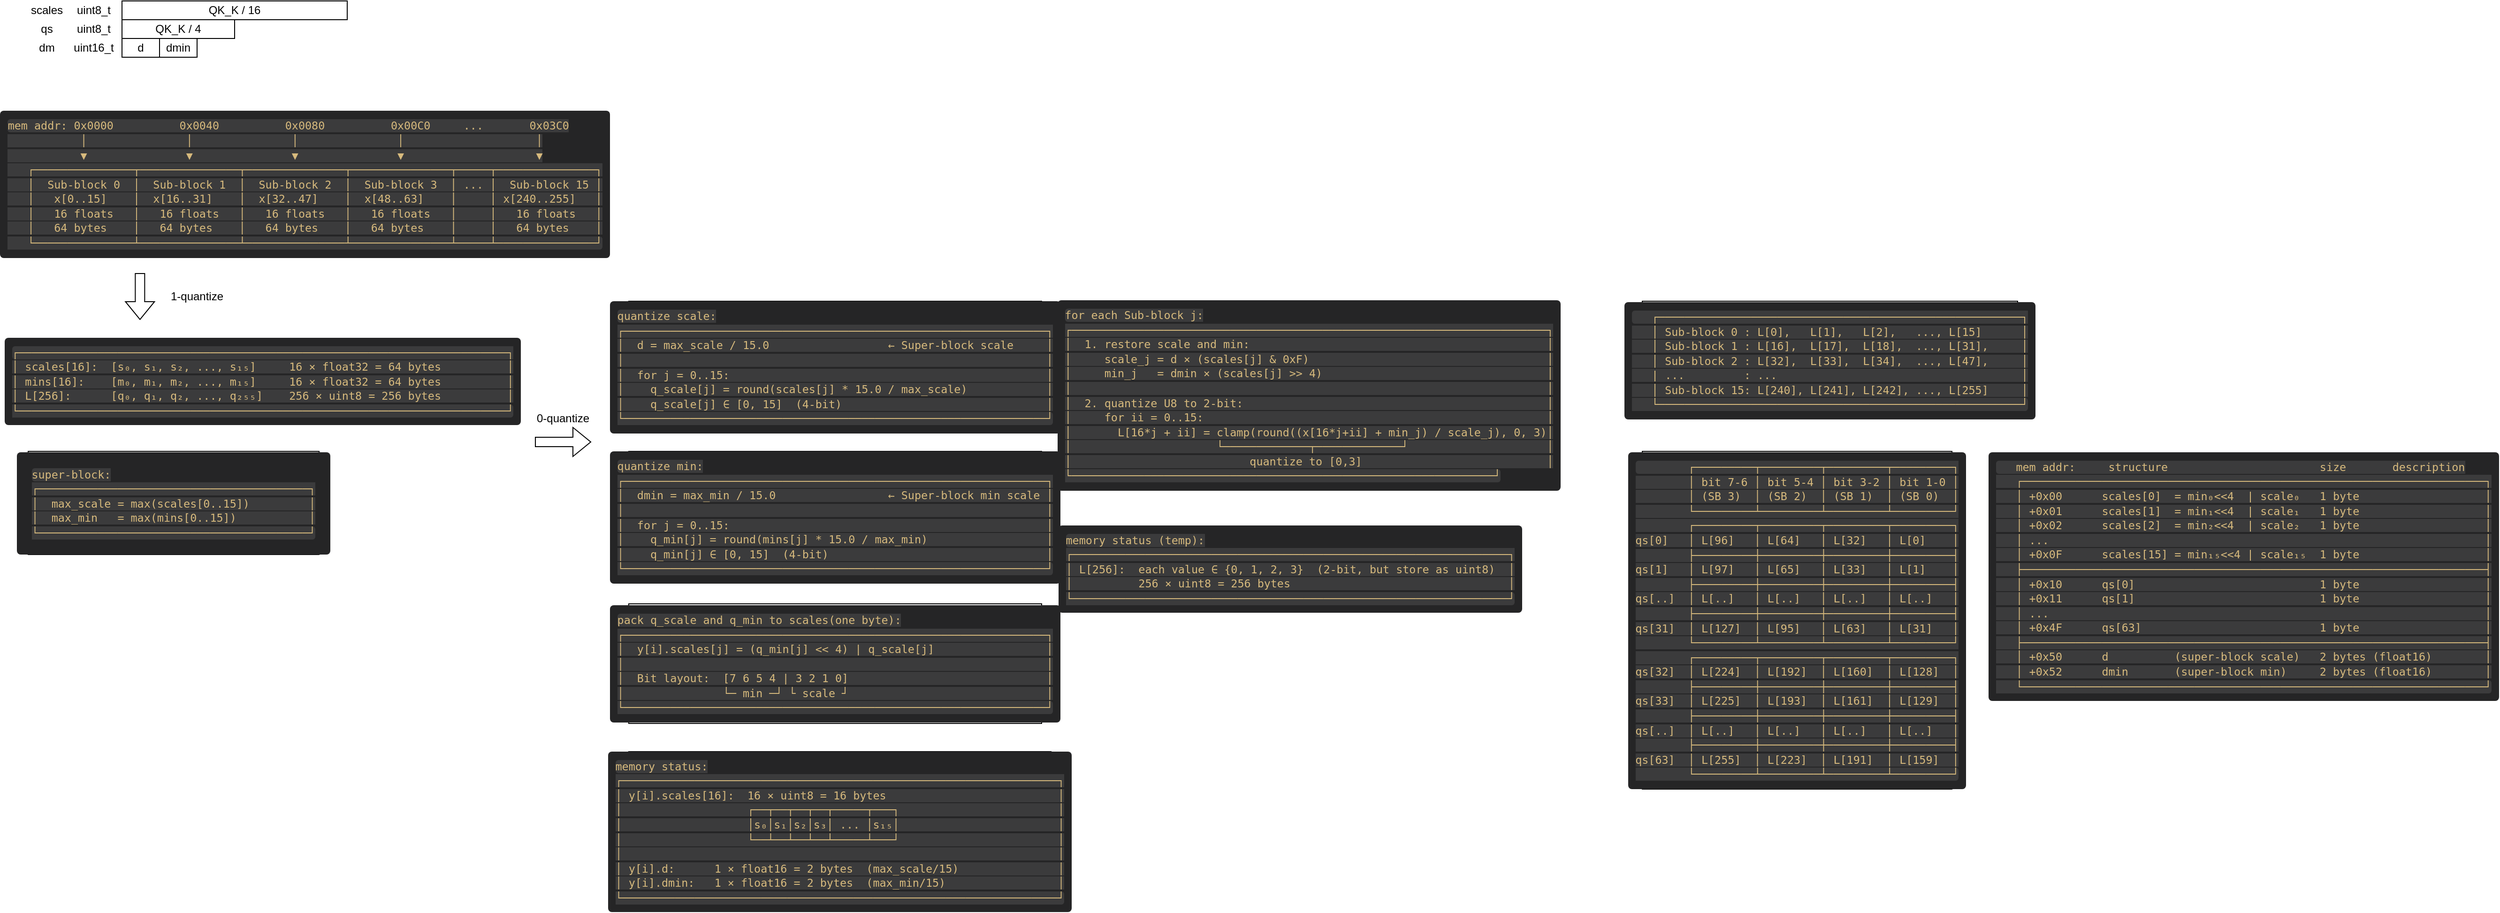
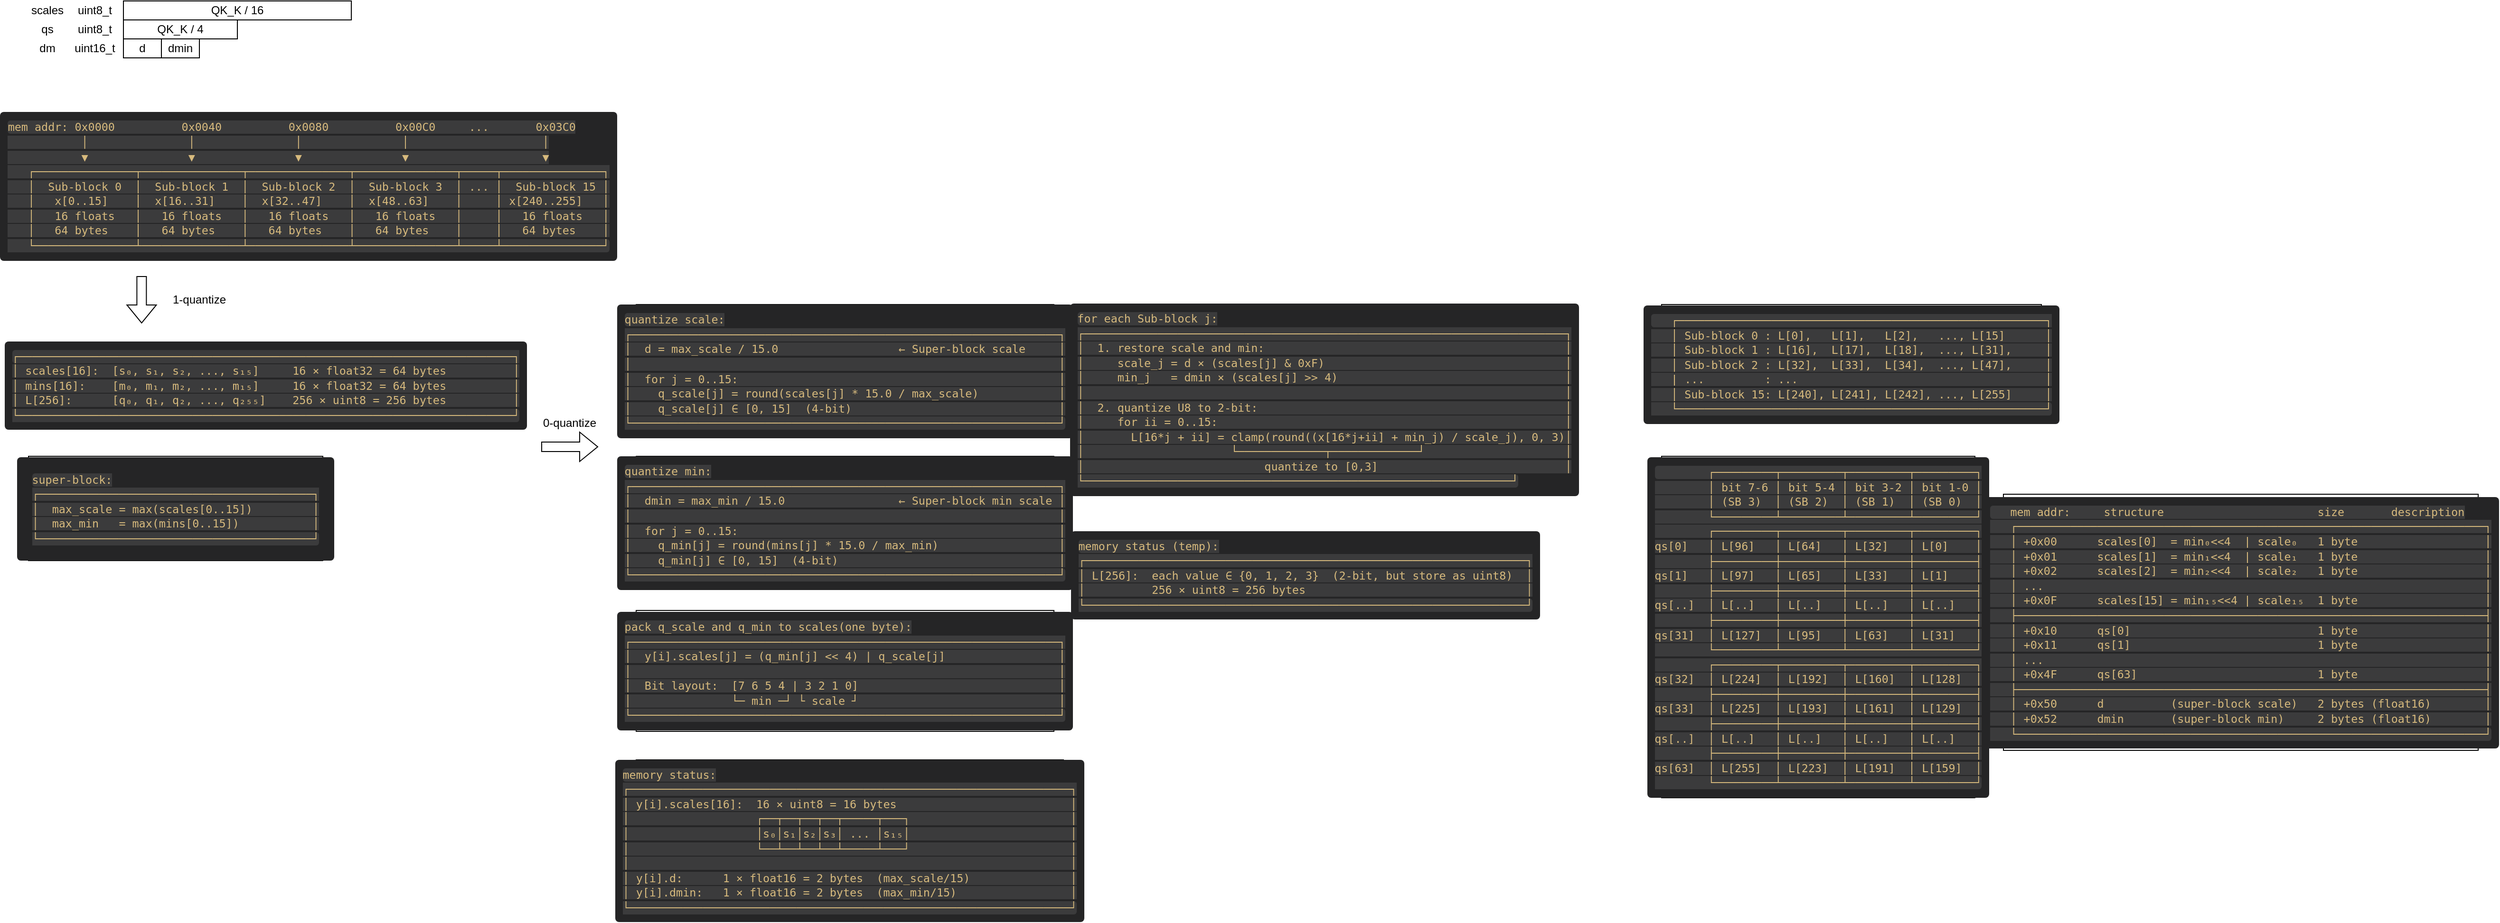
<mxfile host="app.diagrams.net">
  <diagram name="第 1 页" id="Si2-Z7cCXZd2prBrh_IV">
    <mxGraphModel dx="787" dy="457" grid="1" gridSize="10" guides="1" tooltips="1" connect="1" arrows="1" fold="1" page="1" pageScale="1" pageWidth="827" pageHeight="1169" math="0" shadow="0">
      <root>
        <mxCell id="0" />
        <mxCell id="1" parent="0" />
        <mxCell id="sU8PSUKhDcx1YNUkFXAb-27" parent="1" style="rounded=0;whiteSpace=wrap;html=1;" value="QK_K / 16" vertex="1">
          <mxGeometry height="20" width="240" x="140" y="440" as="geometry" />
        </mxCell>
        <mxCell id="sU8PSUKhDcx1YNUkFXAb-28" parent="1" style="rounded=0;whiteSpace=wrap;html=1;" value="QK_K / 4" vertex="1">
          <mxGeometry height="20" width="120" x="140" y="460" as="geometry" />
        </mxCell>
        <mxCell id="sU8PSUKhDcx1YNUkFXAb-29" parent="1" style="rounded=0;whiteSpace=wrap;html=1;" value="d" vertex="1">
          <mxGeometry height="20" width="40" x="140" y="480" as="geometry" />
        </mxCell>
        <mxCell id="sU8PSUKhDcx1YNUkFXAb-30" parent="1" style="rounded=0;whiteSpace=wrap;html=1;" value="dmin" vertex="1">
          <mxGeometry height="20" width="40" x="180" y="480" as="geometry" />
        </mxCell>
        <mxCell id="sU8PSUKhDcx1YNUkFXAb-32" parent="1" style="text;html=1;whiteSpace=wrap;strokeColor=none;fillColor=none;align=center;verticalAlign=middle;rounded=0;" value="scales" vertex="1">
          <mxGeometry height="20" width="40" x="40" y="440" as="geometry" />
        </mxCell>
        <mxCell id="sU8PSUKhDcx1YNUkFXAb-33" parent="1" style="text;html=1;whiteSpace=wrap;strokeColor=none;fillColor=none;align=center;verticalAlign=middle;rounded=0;" value="qs" vertex="1">
          <mxGeometry height="20" width="40" x="40" y="460" as="geometry" />
        </mxCell>
        <mxCell id="sU8PSUKhDcx1YNUkFXAb-34" parent="1" style="text;html=1;whiteSpace=wrap;strokeColor=none;fillColor=none;align=center;verticalAlign=middle;rounded=0;" value="dm" vertex="1">
          <mxGeometry height="20" width="40" x="40" y="480" as="geometry" />
        </mxCell>
        <mxCell id="sU8PSUKhDcx1YNUkFXAb-35" parent="1" style="text;html=1;whiteSpace=wrap;strokeColor=none;fillColor=none;align=center;verticalAlign=middle;rounded=0;" value="uint8_t" vertex="1">
          <mxGeometry height="20" width="60" x="80" y="440" as="geometry" />
        </mxCell>
        <mxCell id="sU8PSUKhDcx1YNUkFXAb-36" parent="1" style="text;html=1;whiteSpace=wrap;strokeColor=none;fillColor=none;align=center;verticalAlign=middle;rounded=0;" value="uint8_t" vertex="1">
          <mxGeometry height="20" width="60" x="80" y="460" as="geometry" />
        </mxCell>
        <mxCell id="sU8PSUKhDcx1YNUkFXAb-37" parent="1" style="text;html=1;whiteSpace=wrap;strokeColor=none;fillColor=none;align=center;verticalAlign=middle;rounded=0;" value="uint16_t" vertex="1">
          <mxGeometry height="20" width="60" x="80" y="480" as="geometry" />
        </mxCell>
        <mxCell id="sU8PSUKhDcx1YNUkFXAb-38" edge="1" parent="1" style="shape=flexArrow;endArrow=classic;html=1;rounded=0;" value="">
          <mxGeometry height="50" relative="1" width="50" as="geometry">
            <mxPoint x="159.17000000000002" y="730" as="sourcePoint" />
            <mxPoint x="159.17000000000002" y="780" as="targetPoint" />
          </mxGeometry>
        </mxCell>
        <mxCell id="sU8PSUKhDcx1YNUkFXAb-57" edge="1" parent="1" style="shape=flexArrow;endArrow=classic;html=1;rounded=0;" value="">
          <mxGeometry height="50" relative="1" width="50" as="geometry">
            <mxPoint x="580" y="910" as="sourcePoint" />
            <mxPoint x="640" y="910" as="targetPoint" />
          </mxGeometry>
        </mxCell>
        <mxCell id="sU8PSUKhDcx1YNUkFXAb-82" parent="1" style="text;html=1;whiteSpace=wrap;strokeColor=none;fillColor=none;align=center;verticalAlign=middle;rounded=0;" value="1-quantize" vertex="1">
          <mxGeometry height="30" width="80" x="180" y="740" as="geometry" />
        </mxCell>
        <mxCell id="sU8PSUKhDcx1YNUkFXAb-83" parent="1" style="text;html=1;whiteSpace=wrap;strokeColor=none;fillColor=none;align=center;verticalAlign=middle;rounded=0;" value="0-quantize" vertex="1">
          <mxGeometry height="30" width="60" x="580" y="870" as="geometry" />
        </mxCell>
        <mxCell id="sU8PSUKhDcx1YNUkFXAb-156" parent="1" style="rounded=0;whiteSpace=wrap;html=1;" value="&lt;pre style=&quot;overflow-x: auto; box-sizing: border-box; border-radius: 4px; max-width: 100%; margin: 0px; padding: 8px; color: rgb(204, 204, 204); font-size: 13px; text-align: start; background-color: rgb(37, 37, 38);&quot;&gt;&lt;code style=&quot;color: rgb(215, 186, 125); background-color: rgba(255, 255, 255, 0.1); padding: 0px; border-radius: 3px; word-break: break-word; font-size: 0.9em;&quot;&gt;   mem addr:     structure                       size       description&lt;br&gt;   ┌──────────────────────────────────────────────────────────────────────┐&lt;br&gt;   │ +0x00      scales[0]  = min₀&amp;lt;&amp;lt;4  | scale₀   1 byte                   │&lt;br&gt;   │ +0x01      scales[1]  = min₁&amp;lt;&amp;lt;4  | scale₁   1 byte                   │&lt;br&gt;   │ +0x02      scales[2]  = min₂&amp;lt;&amp;lt;4  | scale₂   1 byte                   │&lt;br&gt;   │ ...                                                                  │&lt;br&gt;   │ +0x0F      scales[15] = min₁₅&amp;lt;&amp;lt;4 | scale₁₅  1 byte                   │&lt;br&gt;   ├──────────────────────────────────────────────────────────────────────┤&lt;br&gt;   │ +0x10      qs[0]                            1 byte                   │&lt;br&gt;   │ +0x11      qs[1]                            1 byte                   │&lt;br&gt;   │ ...                                                                  │&lt;br&gt;   │ +0x4F      qs[63]                           1 byte                   │&lt;br&gt;   ├──────────────────────────────────────────────────────────────────────┤&lt;br&gt;   │ +0x50      d          (super-block scale)   2 bytes (float16)        │&lt;br&gt;   │ +0x52      dmin       (super-block min)     2 bytes (float16)        │&lt;br&gt;   └──────────────────────────────────────────────────────────────────────┘&lt;/code&gt;&lt;/pre&gt;" vertex="1">
-           <mxGeometry height="60" width="160" x="2321" y="1022.5" as="geometry" />
+           <mxGeometry height="270" width="500" x="2120" y="960" as="geometry" />
        </mxCell>
        <mxCell id="sU8PSUKhDcx1YNUkFXAb-157" parent="1" style="rounded=0;whiteSpace=wrap;html=1;" value="&lt;pre style=&quot;overflow-x: auto; box-sizing: border-box; border-radius: 4px; max-width: 100%; margin: 0px; padding: 8px; color: rgb(204, 204, 204); font-size: 13px; text-align: start; background-color: rgb(37, 37, 38);&quot;&gt;&lt;code style=&quot;color: rgb(215, 186, 125); background-color: rgba(255, 255, 255, 0.1); padding: 0px; border-radius: 3px; word-break: break-word; font-size: 0.9em;&quot;&gt;   ┌───────────────────────────────────────────────────────┐&lt;br&gt;   │ Sub-block 0 : L[0],   L[1],   L[2],   ..., L[15]      │&lt;br&gt;   │ Sub-block 1 : L[16],  L[17],  L[18],  ..., L[31],     │&lt;br&gt;   │ Sub-block 2 : L[32],  L[33],  L[34],  ..., L[47],     │&lt;br&gt;   | ...         : ...                                     │&lt;br&gt;   │ Sub-block 15: L[240], L[241], L[242], ..., L[255]     │&lt;br&gt;   └───────────────────────────────────────────────────────┘&lt;/code&gt;&lt;/pre&gt;" vertex="1">
          <mxGeometry height="125" width="400" x="1760" y="760" as="geometry" />
        </mxCell>
        <mxCell id="sU8PSUKhDcx1YNUkFXAb-159" parent="1" style="rounded=0;whiteSpace=wrap;html=1;" value="&lt;pre style=&quot;overflow-x: auto; box-sizing: border-box; border-radius: 4px; max-width: 100%; margin: 0px; padding: 8px; text-align: start; background-color: rgb(37, 37, 38); font-size: 13px; color: rgb(204, 204, 204);&quot;&gt;&lt;code style=&quot;color: rgb(215, 186, 125); background-color: rgba(255, 255, 255, 0.1); padding: 0px; border-radius: 3px; word-break: break-word; font-size: 0.9em;&quot;&gt;        ┌─────────┬─────────┬─────────┬─────────┐&lt;br&gt;        │ bit 7-6 │ bit 5-4 │ bit 3-2 │ bit 1-0 │&lt;br&gt;        │ (SB 3)  │ (SB 2)  │ (SB 1)  │ (SB 0)  │&lt;br&gt;        └─────────┴─────────┴─────────┴─────────┘&lt;br&gt;        ┌─────────┬─────────┬─────────┬─────────┐&lt;br&gt;qs[0]   │ L[96]   │ L[64]   │ L[32]   │ L[0]    │&lt;br&gt;        ├─────────┼─────────┼─────────┼─────────┤&lt;br&gt;qs[1]   │ L[97]   │ L[65]   │ L[33]   │ L[1]    │&lt;br&gt;        ├─────────┼─────────┼─────────┼─────────┤&lt;br&gt;qs[..]  │ L[..]   │ L[..]   │ L[..]   │ L[..]   │&lt;br&gt;        ├─────────┼─────────┼─────────┼─────────┤&lt;br&gt;qs[31]  │ L[127]  │ L[95]   │ L[63]   │ L[31]   │&lt;br&gt;        └─────────┴─────────┴─────────┴─────────┘&lt;br&gt;        ┌─────────┬─────────┬─────────┬─────────┐&lt;br&gt;qs[32]  │ L[224]  │ L[192]  │ L[160]  │ L[128]  │&lt;br&gt;        ├─────────┼─────────┼─────────┼─────────┤&lt;br&gt;qs[33]  │ L[225]  │ L[193]  │ L[161]  │ L[129]  │&lt;br&gt;        ├─────────┼─────────┼─────────┼─────────┤&lt;br&gt;qs[..]  │ L[..]   │ L[..]   │ L[..]   │ L[..]   │&lt;br&gt;        ├─────────┼─────────┼─────────┼─────────┤&lt;br&gt;qs[63]  │ L[255]  │ L[223]  │ L[191]  │ L[159]  │&lt;br&gt;        └─────────┴─────────┴─────────┴─────────┘&lt;/code&gt;&lt;/pre&gt;" vertex="1">
          <mxGeometry height="360" width="330" x="1760" y="920" as="geometry" />
        </mxCell>
        <mxCell id="sU8PSUKhDcx1YNUkFXAb-162" parent="1" style="rounded=0;whiteSpace=wrap;html=1;" value="&lt;pre style=&quot;overflow-x: auto; box-sizing: border-box; border-radius: 4px; max-width: 100%; margin: 0px; padding: 8px; color: rgb(204, 204, 204); font-size: 13px; text-align: start; background-color: rgb(37, 37, 38);&quot;&gt;&lt;code style=&quot;color: rgb(215, 186, 125); background-color: rgba(255, 255, 255, 0.1); padding: 0px; border-radius: 3px; word-break: break-word; font-size: 0.9em;&quot;&gt;mem addr: 0x0000          0x0040          0x0080          0x00C0     ...       0x03C0&lt;br&gt;           │               │               │               │                    │&lt;br&gt;           ▼               ▼               ▼               ▼                    ▼&lt;br&gt;   ┌───────────────┬───────────────┬───────────────┬───────────────┬─────┬───────────────┐&lt;br&gt;   │  Sub-block 0  │  Sub-block 1  │  Sub-block 2  │  Sub-block 3  │ ... │  Sub-block 15 │&lt;br&gt;   │   x[0..15]    │  x[16..31]    │  x[32..47]    │  x[48..63]    │     │ x[240..255]   │&lt;br&gt;   │   16 floats   │   16 floats   │   16 floats   │   16 floats   │     │   16 floats   │&lt;br&gt;   │   64 bytes    │   64 bytes    │   64 bytes    │   64 bytes    │     │   64 bytes    │&lt;br&gt;   └───────────────┴───────────────┴───────────────┴───────────────┴─────┴───────────────┘&lt;/code&gt;&lt;/pre&gt;" vertex="1">
          <mxGeometry height="150" width="590" x="40" y="560" as="geometry" />
        </mxCell>
        <mxCell id="sU8PSUKhDcx1YNUkFXAb-163" parent="1" style="rounded=0;whiteSpace=wrap;html=1;" value="&lt;pre style=&quot;overflow-x: auto; box-sizing: border-box; border-radius: 4px; max-width: 100%; margin: 0px; padding: 8px; color: rgb(204, 204, 204); font-size: 13px; text-align: start; background-color: rgb(37, 37, 38);&quot;&gt;&lt;code style=&quot;color: rgb(215, 186, 125); background-color: rgba(255, 255, 255, 0.1); padding: 0px; border-radius: 3px; word-break: break-word; font-size: 0.9em;&quot;&gt;┌──────────────────────────────────────────────────────────────────────────┐&lt;br&gt;│ scales[16]:  [s₀, s₁, s₂, ..., s₁₅]     16 × float32 = 64 bytes          │&lt;br&gt;│ mins[16]:    [m₀, m₁, m₂, ..., m₁₅]     16 × float32 = 64 bytes          │&lt;br&gt;│ L[256]:      [q₀, q₁, q₂, ..., q₂₅₅]    256 × uint8 = 256 bytes          │&lt;br&gt;└──────────────────────────────────────────────────────────────────────────┘&lt;/code&gt;&lt;/pre&gt;" vertex="1">
          <mxGeometry height="90" width="500" x="40" y="800" as="geometry" />
        </mxCell>
        <mxCell id="sU8PSUKhDcx1YNUkFXAb-164" parent="1" style="rounded=0;whiteSpace=wrap;html=1;" value="&lt;pre style=&quot;overflow-x: auto; box-sizing: border-box; border-radius: 4px; max-width: 100%; margin: 0px; padding: 8px; color: rgb(204, 204, 204); font-size: 13px; text-align: start; background-color: rgb(37, 37, 38);&quot;&gt;&lt;pre style=&quot;overflow-x: auto; box-sizing: border-box; border-radius: 4px; max-width: 100%; margin: 0px; padding: 8px;&quot;&gt;&lt;code style=&quot;color: rgb(215, 186, 125); background-color: rgba(255, 255, 255, 0.1); padding: 0px; border-radius: 3px; word-break: break-word; font-size: 0.9em;&quot;&gt;super-block:&lt;br&gt;┌─────────────────────────────────────────┐&lt;br&gt;│  max_scale = max(scales[0..15])         │&lt;br&gt;│  max_min   = max(mins[0..15])           │&lt;br&gt;└─────────────────────────────────────────┘&lt;/code&gt;&lt;/pre&gt;&lt;/pre&gt;" vertex="1">
          <mxGeometry height="110" width="310" x="40" y="920" as="geometry" />
        </mxCell>
        <mxCell id="sU8PSUKhDcx1YNUkFXAb-165" parent="1" style="rounded=0;whiteSpace=wrap;html=1;" value="&lt;pre style=&quot;overflow-x: auto; box-sizing: border-box; border-radius: 4px; max-width: 100%; margin: 0px; padding: 8px; color: rgb(204, 204, 204); font-size: 13px; text-align: start; background-color: rgb(37, 37, 38);&quot;&gt;&lt;code style=&quot;color: rgb(215, 186, 125); background-color: rgba(255, 255, 255, 0.1); padding: 0px; border-radius: 3px; word-break: break-word; font-size: 0.9em;&quot;&gt;quantize scale:&lt;br&gt;┌────────────────────────────────────────────────────────────────┐&lt;br&gt;│  d = max_scale / 15.0                  ← Super-block scale     │&lt;br&gt;│                                                                │&lt;br&gt;│  for j = 0..15:                                                │&lt;br&gt;│    q_scale[j] = round(scales[j] * 15.0 / max_scale)            │&lt;br&gt;│    q_scale[j] ∈ [0, 15]  (4-bit)                               │&lt;br&gt;└────────────────────────────────────────────────────────────────┘&lt;/code&gt;&lt;/pre&gt;" vertex="1">
          <mxGeometry height="140" width="440" x="680" y="760" as="geometry" />
        </mxCell>
        <mxCell id="sU8PSUKhDcx1YNUkFXAb-166" parent="1" style="rounded=0;whiteSpace=wrap;html=1;" value="&lt;pre style=&quot;overflow-x: auto; box-sizing: border-box; border-radius: 4px; max-width: 100%; margin: 0px; padding: 8px; color: rgb(204, 204, 204); font-size: 13px; text-align: start; background-color: rgb(37, 37, 38);&quot;&gt;&lt;code style=&quot;color: rgb(215, 186, 125); background-color: rgba(255, 255, 255, 0.1); padding: 0px; border-radius: 3px; word-break: break-word; font-size: 0.9em;&quot;&gt;quantize min:&lt;br&gt;┌────────────────────────────────────────────────────────────────┐&lt;br&gt;│  dmin = max_min / 15.0                 ← Super-block min scale │&lt;br&gt;│                                                                │&lt;br&gt;│  for j = 0..15:                                                │&lt;br&gt;│    q_min[j] = round(mins[j] * 15.0 / max_min)                  │&lt;br&gt;│    q_min[j] ∈ [0, 15]  (4-bit)                                 │&lt;br&gt;└────────────────────────────────────────────────────────────────┘&lt;/code&gt;&lt;/pre&gt;" vertex="1">
          <mxGeometry height="140" width="440" x="680" y="920" as="geometry" />
        </mxCell>
        <mxCell id="sU8PSUKhDcx1YNUkFXAb-167" parent="1" style="rounded=0;whiteSpace=wrap;html=1;" value="&lt;pre style=&quot;overflow-x: auto; box-sizing: border-box; border-radius: 4px; max-width: 100%; margin: 0px; padding: 8px; color: rgb(204, 204, 204); font-size: 13px; text-align: start; background-color: rgb(37, 37, 38);&quot;&gt;&lt;code style=&quot;color: rgb(215, 186, 125); background-color: rgba(255, 255, 255, 0.1); padding: 0px; border-radius: 3px; word-break: break-word; font-size: 0.9em;&quot;&gt;pack q_scale and q_min to scales(one byte):&lt;br&gt;┌────────────────────────────────────────────────────────────────┐&lt;br&gt;│  y[i].scales[j] = (q_min[j] &amp;lt;&amp;lt; 4) | q_scale[j]                 │&lt;br&gt;│                                                                │&lt;br&gt;│  Bit layout:  [7 6 5 4 | 3 2 1 0]                              │&lt;br&gt;│               └─ min ─┘ └ scale ┘                              │&lt;br&gt;└────────────────────────────────────────────────────────────────┘&lt;/code&gt;&lt;/pre&gt;" vertex="1">
          <mxGeometry height="127.5" width="440" x="680" y="1082.5" as="geometry" />
        </mxCell>
        <mxCell id="sU8PSUKhDcx1YNUkFXAb-169" parent="1" style="whiteSpace=wrap;html=1;" value="&lt;pre style=&quot;overflow-x: auto; box-sizing: border-box; border-radius: 4px; max-width: 100%; margin: 0px; padding: 8px; color: rgb(204, 204, 204); font-size: 13px; text-align: start; background-color: rgb(37, 37, 38);&quot;&gt;&lt;code style=&quot;color: rgb(215, 186, 125); background-color: rgba(255, 255, 255, 0.1); padding: 0px; border-radius: 3px; word-break: break-word; font-size: 0.9em;&quot;&gt;memory status:&lt;br&gt;┌──────────────────────────────────────────────────────────────────┐&lt;br&gt;│ y[i].scales[16]:  16 × uint8 = 16 bytes                          │&lt;br&gt;│                   ┌──┬──┬──┬──┬─────┬───┐                        │&lt;br&gt;│                   │s₀│s₁│s₂│s₃│ ... │s₁₅│                        │&lt;br&gt;│                   └──┴──┴──┴──┴─────┴───┘                        │&lt;br&gt;│                                                                  │&lt;br&gt;│ y[i].d:      1 × float16 = 2 bytes  (max_scale/15)               │&lt;br&gt;│ y[i].dmin:   1 × float16 = 2 bytes  (max_min/15)                 │&lt;br&gt;└──────────────────────────────────────────────────────────────────┘&lt;/code&gt;&lt;/pre&gt;" vertex="1">
          <mxGeometry height="170" width="450" x="680" y="1240" as="geometry" />
        </mxCell>
        <mxCell id="sU8PSUKhDcx1YNUkFXAb-170" parent="1" style="whiteSpace=wrap;html=1;" value="&lt;pre style=&quot;overflow-x: auto; box-sizing: border-box; border-radius: 4px; max-width: 100%; margin: 0px; padding: 8px; color: rgb(204, 204, 204); font-size: 13px; text-align: start; background-color: rgb(37, 37, 38);&quot;&gt;&lt;code style=&quot;color: rgb(215, 186, 125); background-color: rgba(255, 255, 255, 0.1); padding: 0px; border-radius: 3px; word-break: break-word; font-size: 0.9em;&quot;&gt;for each Sub-block j:&lt;br&gt;┌────────────────────────────────────────────────────────────────────────┐&lt;br&gt;│  1. restore scale and min:                                             │&lt;br&gt;│     scale_j = d × (scales[j] &amp;amp; 0xF)                                    │&lt;br&gt;│     min_j   = dmin × (scales[j] &amp;gt;&amp;gt; 4)                                  │&lt;br&gt;│                                                                        │&lt;br&gt;│  2. quantize U8 to 2-bit:                                              │&lt;br&gt;│     for ii = 0..15:                                                    │&lt;br&gt;│       L[16*j + ii] = clamp(round((x[16*j+ii] + min_j) / scale_j), 0, 3)│&lt;br&gt;│                      └─────────────┬─────────────┘                     │&lt;br&gt;│                           quantize to [0,3]                            │&lt;br&gt;└────────────────────────────────────────────────────────────────┘&lt;/code&gt;&lt;/pre&gt;" vertex="1">
          <mxGeometry height="200" width="490" x="1160" y="760" as="geometry" />
        </mxCell>
        <mxCell id="sU8PSUKhDcx1YNUkFXAb-171" parent="1" style="whiteSpace=wrap;html=1;" value="&lt;pre style=&quot;overflow-x: auto; box-sizing: border-box; border-radius: 4px; max-width: 100%; margin: 0px; padding: 8px; color: rgb(204, 204, 204); font-size: 13px; text-align: start; background-color: rgb(37, 37, 38);&quot;&gt;&lt;code style=&quot;color: rgb(215, 186, 125); background-color: rgba(255, 255, 255, 0.1); padding: 0px; border-radius: 3px; word-break: break-word; font-size: 0.9em;&quot;&gt;memory status (temp):&lt;br&gt;┌──────────────────────────────────────────────────────────────────┐&lt;br&gt;│ L[256]:  each value ∈ {0, 1, 2, 3}  (2-bit, but store as uint8)  │&lt;br&gt;│          256 × uint8 = 256 bytes                                 │&lt;br&gt;└──────────────────────────────────────────────────────────────────┘&lt;/code&gt;&lt;/pre&gt;" vertex="1">
          <mxGeometry height="90" width="450" x="1160" y="1000" as="geometry" />
        </mxCell>
      </root>
    </mxGraphModel>
  </diagram>
</mxfile>
